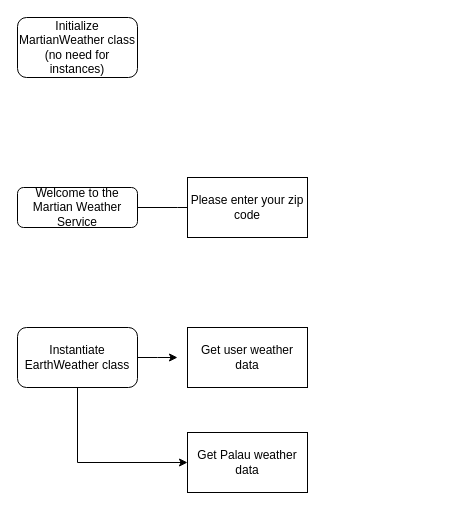
Above: CLI_Flowchart.drawio in zkobrinsky/Flatiron_Project1_CLI_200817 (draw.io), before the change. Source tidied: cells renumbered, new cells numbered last; positions are measured from the earlier drawing's top-left corner, leaving out a move shared by most shapes. Both pictures are drawn from the tidied source at 100%, with x=0, y=0 at pixel (17, 17).
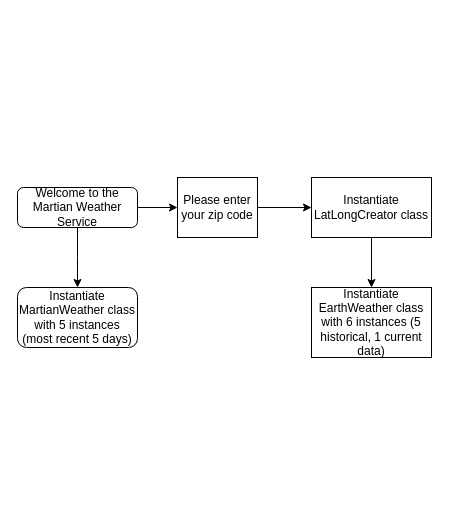
The same diagram, later.

The edit, as a diff of the source:
```diff
@@
 <mxGraphModel>
   <root>
     <mxCell id="0" />
     <mxCell id="1" parent="0" />
-    <mxCell id="2" style="rounded=0;html=1;jettySize=auto;fontSize=11;endArrow=block;endFill=0;endSize=8;strokeWidth=1;shadow=0;labelBackgroundColor=none;edgeStyle=orthogonalEdgeStyle;" parent="1" edge="1" source="3">
-      <mxGeometry relative="1" as="geometry">
-        <mxPoint x="200" y="190" as="targetPoint" />
-      </mxGeometry>
-    </mxCell>
+    <mxCell id="12" style="edgeStyle=orthogonalEdgeStyle;rounded=0;jettySize=auto;html=1;exitX=1;exitY=0.5;exitDx=0;exitDy=0;" parent="1" edge="1" source="3" target="4">
+      <mxGeometry relative="1" as="geometry" />
+    </mxCell>
+    <mxCell id="13" style="edgeStyle=orthogonalEdgeStyle;rounded=0;jettySize=auto;html=1;exitX=0.5;exitY=1;exitDx=0;exitDy=0;" parent="1" edge="1" source="3">
+      <mxGeometry relative="1" as="geometry">
+        <mxPoint x="60" y="270" as="targetPoint" />
+      </mxGeometry>
+    </mxCell>
     <mxCell id="3" value="Welcome to the Martian Weather Service" style="rounded=1;whiteSpace=wrap;html=1;fontSize=12;glass=0;strokeWidth=1;shadow=0;" parent="1" vertex="1">
       <mxGeometry y="170" width="120" height="40" as="geometry" />
     </mxCell>
+    <mxCell id="14" style="edgeStyle=orthogonalEdgeStyle;rounded=0;jettySize=auto;html=1;exitX=1;exitY=0.5;exitDx=0;exitDy=0;" parent="1" edge="1" source="4" target="16">
+      <mxGeometry relative="1" as="geometry" />
+    </mxCell>
     <mxCell id="4" value="Please enter your zip code" style="rounded=0;whiteSpace=wrap;html=1;" parent="1" vertex="1">
-      <mxGeometry x="170" y="160" width="120" height="60" as="geometry" />
+      <mxGeometry x="160" y="160" width="80" height="60" as="geometry" />
     </mxCell>
-    <mxCell id="5" value="Initialize MartianWeather class (no need for instances)" style="rounded=1;whiteSpace=wrap;html=1;" parent="1" vertex="1">
-      <mxGeometry width="120" height="60" as="geometry" />
-    </mxCell>
-    <mxCell id="6" style="edgeStyle=orthogonalEdgeStyle;rounded=0;jettySize=auto;html=1;exitX=1;exitY=0.5;exitDx=0;exitDy=0;" parent="1" edge="1" source="8">
-      <mxGeometry relative="1" as="geometry">
-        <mxPoint x="160" y="340" as="targetPoint" />
-      </mxGeometry>
-    </mxCell>
-    <mxCell id="7" style="edgeStyle=orthogonalEdgeStyle;rounded=0;jettySize=auto;html=1;exitX=0.5;exitY=1;exitDx=0;exitDy=0;entryX=0;entryY=0.5;entryDx=0;entryDy=0;" parent="1" edge="1" source="8" target="11">
-      <mxGeometry relative="1" as="geometry" />
-    </mxCell>
-    <mxCell id="8" value="Instantiate EarthWeather class" style="rounded=1;whiteSpace=wrap;html=1;" parent="1" vertex="1">
-      <mxGeometry y="310" width="120" height="60" as="geometry" />
-    </mxCell>
-    <mxCell id="9" value="Get user weather data" style="rounded=0;whiteSpace=wrap;html=1;" parent="1" vertex="1">
-      <mxGeometry x="170" y="310" width="120" height="60" as="geometry" />
-    </mxCell>
-    <mxCell id="10" style="edgeStyle=orthogonalEdgeStyle;rounded=0;orthogonalLoop=1;jettySize=auto;html=1;exitX=0.5;exitY=1;exitDx=0;exitDy=0;" parent="1" edge="1" source="8" target="8">
-      <mxGeometry relative="1" as="geometry" />
+    <mxCell id="10" style="edgeStyle=orthogonalEdgeStyle;rounded=0;orthogonalLoop=1;jettySize=auto;html=1;exitX=0.5;exitY=1;exitDx=0;exitDy=0;" parent="1" edge="1">
+      <mxGeometry relative="1" as="geometry">
+        <mxPoint x="230" y="370" as="sourcePoint" />
+        <mxPoint x="230" y="370" as="targetPoint" />
+      </mxGeometry>
     </mxCell>
-    <mxCell id="11" value="Get Palau weather data" style="rounded=0;whiteSpace=wrap;html=1;" parent="1" vertex="1">
-      <mxGeometry x="170" y="415" width="120" height="60" as="geometry" />
-    </mxCell>
+    <mxCell id="15" style="edgeStyle=orthogonalEdgeStyle;rounded=0;jettySize=auto;html=1;exitX=0.5;exitY=1;exitDx=0;exitDy=0;" parent="1" edge="1" source="16" target="18">
+      <mxGeometry relative="1" as="geometry" />
+    </mxCell>
+    <mxCell id="16" value="Instantiate LatLongCreator class" style="rounded=0;whiteSpace=wrap;html=1;" parent="1" vertex="1">
+      <mxGeometry x="294" y="160" width="120" height="60" as="geometry" />
+    </mxCell>
+    <mxCell id="17" value="Instantiate MartianWeather class with 5 instances (most recent 5 days)" style="rounded=1;whiteSpace=wrap;html=1;" parent="1" vertex="1">
+      <mxGeometry y="270" width="120" height="60" as="geometry" />
+    </mxCell>
+    <mxCell id="18" value="Instantiate EarthWeather class with 6 instances (5 historical, 1 current data)" style="rounded=0;whiteSpace=wrap;html=1;" parent="1" vertex="1">
+      <mxGeometry x="294" y="270" width="120" height="70" as="geometry" />
+    </mxCell>
   </root>
 </mxGraphModel>
```
